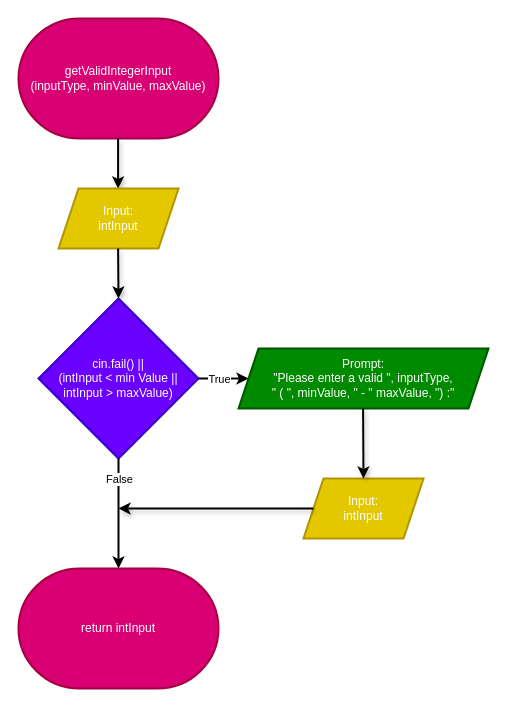
The draw.io diagram Flowcharts (draw.io)/07. getValidIntegerInput.drawio in shahxvi/csc126-group-project, before the edit. Source tidied: cells renumbered, new cells numbered last; positions are measured from the earlier drawing's top-left corner, leaving out a move shared by most shapes. Both pictures are drawn from the tidied source at 100%, with x=0, y=0 at pixel (18, 18).
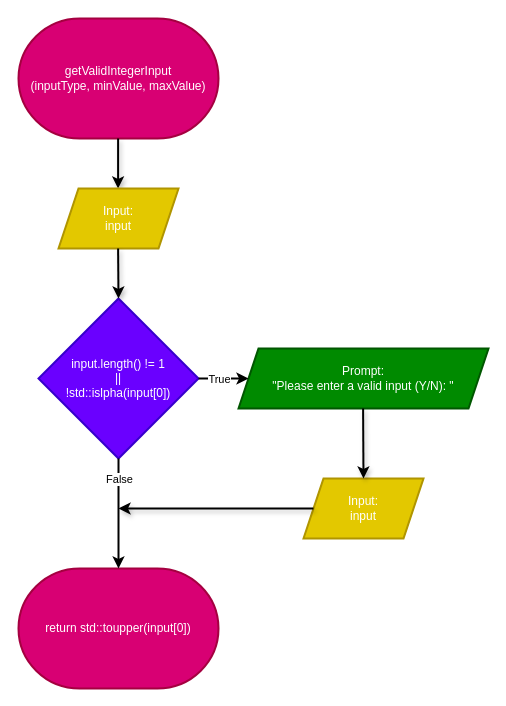
Above is the later version.

Diff of the diagram source:
```diff
@@
-    <mxCell id="4" value="Input:&lt;br&gt;intInput" style="shape=parallelogram;perimeter=parallelogramPerimeter;whiteSpace=wrap;html=1;fixedSize=1;strokeWidth=2;fillColor=#e3c800;fontColor=#FFFFFF;strokeColor=#B09500;" parent="1" vertex="1">
+    <mxCell id="4" value="Input:&lt;br&gt;input" style="shape=parallelogram;perimeter=parallelogramPerimeter;whiteSpace=wrap;html=1;fixedSize=1;strokeWidth=2;fillColor=#e3c800;fontColor=#FFFFFF;strokeColor=#B09500;" parent="1" vertex="1">
       <mxGeometry x="40" y="170" width="120" height="60" as="geometry" />
     </mxCell>
-    <mxCell id="5" value="cin.fail() ||&lt;br&gt;(intInput &amp;lt; min Value || intInput &amp;gt; maxValue)" style="rhombus;whiteSpace=wrap;html=1;strokeWidth=2;fillColor=#6a00ff;fontColor=#ffffff;strokeColor=#3700CC;" parent="1" vertex="1">
+    <mxCell id="5" value="input.length() != 1&lt;br&gt;||&lt;br&gt;!std::islpha(input[0])" style="rhombus;whiteSpace=wrap;html=1;strokeWidth=2;fillColor=#6a00ff;fontColor=#ffffff;strokeColor=#3700CC;" parent="1" vertex="1">
       <mxGeometry x="20" y="280" width="160" height="160" as="geometry" />
     </mxCell>
-    <mxCell id="6" value="Prompt:&lt;br&gt;&quot;Please enter a valid &quot;, inputType,&lt;br&gt;&quot; ( &quot;, minValue, &quot; - &quot; maxValue, &quot;) :&quot;" style="shape=parallelogram;perimeter=parallelogramPerimeter;whiteSpace=wrap;html=1;fixedSize=1;strokeWidth=2;fillColor=#008a00;fontColor=#ffffff;strokeColor=#005700;" parent="1" vertex="1">
+    <mxCell id="6" value="Prompt:&lt;br&gt;&quot;Please enter a valid input (Y/N): &quot;" style="shape=parallelogram;perimeter=parallelogramPerimeter;whiteSpace=wrap;html=1;fixedSize=1;strokeWidth=2;fillColor=#008a00;fontColor=#ffffff;strokeColor=#005700;" parent="1" vertex="1">
       <mxGeometry x="220" y="330" width="250" height="60" as="geometry" />
     </mxCell>
-    <mxCell id="7" value="Input:&lt;br&gt;intInput" style="shape=parallelogram;perimeter=parallelogramPerimeter;whiteSpace=wrap;html=1;fixedSize=1;strokeWidth=2;fillColor=#e3c800;fontColor=#FFFFFF;strokeColor=#B09500;" parent="1" vertex="1">
+    <mxCell id="7" value="Input:&lt;br&gt;input" style="shape=parallelogram;perimeter=parallelogramPerimeter;whiteSpace=wrap;html=1;fixedSize=1;strokeWidth=2;fillColor=#e3c800;fontColor=#FFFFFF;strokeColor=#B09500;" parent="1" vertex="1">
       <mxGeometry x="285" y="460" width="120" height="60" as="geometry" />
     </mxCell>
@@
-    <mxCell id="9" value="return intInput" style="strokeWidth=2;html=1;shape=mxgraph.flowchart.terminator;whiteSpace=wrap;fillColor=#d80073;fontColor=#ffffff;strokeColor=#A50040;" parent="1" vertex="1">
+    <mxCell id="9" value="return std::toupper(input[0])" style="strokeWidth=2;html=1;shape=mxgraph.flowchart.terminator;whiteSpace=wrap;fillColor=#d80073;fontColor=#ffffff;strokeColor=#A50040;" parent="1" vertex="1">
       <mxGeometry y="550" width="200" height="120" as="geometry" />
     </mxCell>
```
